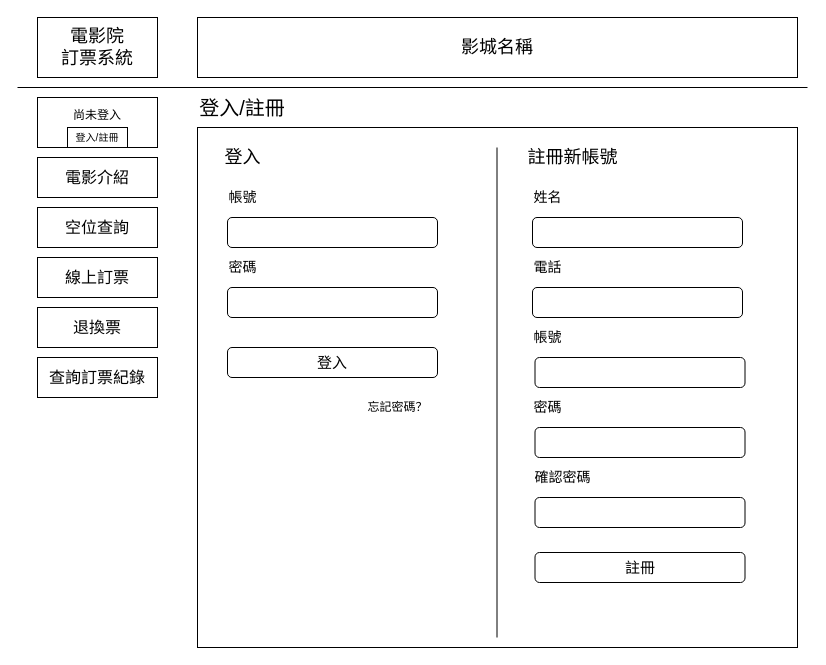
This is UI/原檔/登入註冊.drawio from TYChicode/deepbowl, a draw.io file, before an edit. Source tidied: cells renumbered, new cells numbered last; positions are measured from the earlier drawing's top-left corner, leaving out a move shared by most shapes. Both pictures are drawn from the tidied source at 100%, with x=0, y=0 at pixel (17, 17).
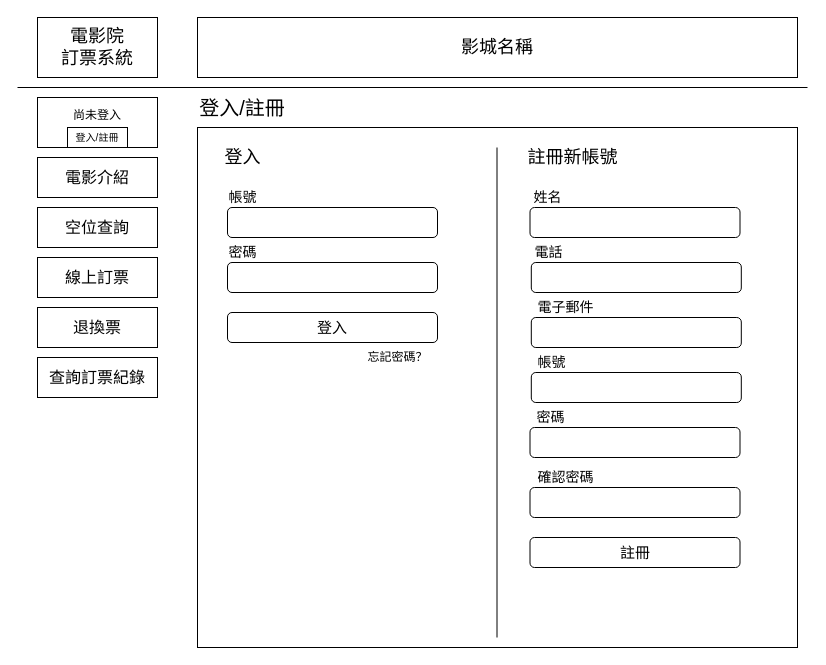
The same diagram, later.

Diff of the diagram source:
```diff
@@
     <mxCell id="18" style="rounded=1;whiteSpace=wrap;html=1;" parent="1" vertex="1">
-      <mxGeometry x="210" y="200" width="210" height="30" as="geometry" />
+      <mxGeometry x="210" y="190" width="210" height="30" as="geometry" />
     </mxCell>
@@
     <mxCell id="20" style="rounded=1;whiteSpace=wrap;html=1;" parent="1" vertex="1">
-      <mxGeometry x="210" y="270" width="210" height="30" as="geometry" />
+      <mxGeometry x="210" y="245" width="210" height="30" as="geometry" />
     </mxCell>
     <mxCell id="21" value="&lt;font style=&quot;font-size: 14px&quot;&gt;密碼&lt;/font&gt;" style="text;html=1;align=center;verticalAlign=middle;" parent="1" vertex="1">
-      <mxGeometry x="205" y="240" width="40" height="20" as="geometry" />
+      <mxGeometry x="205" y="225" width="40" height="20" as="geometry" />
     </mxCell>
     <mxCell id="22" value="&lt;font style=&quot;font-size: 15px&quot;&gt;登入&lt;/font&gt;" style="rounded=1;whiteSpace=wrap;html=1;" parent="1" vertex="1">
-      <mxGeometry x="210" y="330" width="210" height="30" as="geometry" />
+      <mxGeometry x="210" y="295" width="210" height="30" as="geometry" />
     </mxCell>
     <mxCell id="23" value="忘記密碼？" style="text;html=1;align=center;verticalAlign=middle;" parent="1" vertex="1">
-      <mxGeometry x="340" y="380" width="80" height="20" as="geometry" />
+      <mxGeometry x="340" y="330" width="80" height="20" as="geometry" />
     </mxCell>
     <mxCell id="24" style="rounded=1;whiteSpace=wrap;html=1;" parent="1" vertex="1">
-      <mxGeometry x="515" y="200" width="210" height="30" as="geometry" />
+      <mxGeometry x="512.5" y="190" width="210" height="30" as="geometry" />
     </mxCell>
@@
     <mxCell id="26" style="rounded=1;whiteSpace=wrap;html=1;" parent="1" vertex="1">
-      <mxGeometry x="515" y="270" width="210" height="30" as="geometry" />
+      <mxGeometry x="513.8" y="245" width="210" height="30" as="geometry" />
     </mxCell>
-    <mxCell id="27" value="&lt;font style=&quot;font-size: 14px&quot;&gt;電話&lt;/font&gt;" style="text;html=1;align=center;verticalAlign=middle;" parent="1" vertex="1">
-      <mxGeometry x="510" y="240" width="40" height="20" as="geometry" />
+    <mxCell id="27" value="&lt;span style=&quot;font-size: 14px&quot;&gt;電話&lt;/span&gt;" style="text;html=1;align=center;verticalAlign=middle;" parent="1" vertex="1">
+      <mxGeometry x="511.2" y="225" width="40" height="20" as="geometry" />
     </mxCell>
     <mxCell id="28" style="rounded=1;whiteSpace=wrap;html=1;" parent="1" vertex="1">
-      <mxGeometry x="517.5" y="340" width="210" height="30" as="geometry" />
+      <mxGeometry x="513.8" y="355" width="210" height="30" as="geometry" />
     </mxCell>
     <mxCell id="29" value="&lt;font style=&quot;font-size: 14px&quot;&gt;帳號&lt;/font&gt;" style="text;html=1;align=center;verticalAlign=middle;" parent="1" vertex="1">
-      <mxGeometry x="510" y="310" width="40" height="20" as="geometry" />
+      <mxGeometry x="513.8" y="335" width="40" height="20" as="geometry" />
     </mxCell>
     <mxCell id="30" style="rounded=1;whiteSpace=wrap;html=1;" parent="1" vertex="1">
-      <mxGeometry x="517.5" y="410" width="210" height="30" as="geometry" />
+      <mxGeometry x="512.5" y="410" width="210" height="30" as="geometry" />
     </mxCell>
     <mxCell id="31" value="&lt;font style=&quot;font-size: 14px&quot;&gt;密碼&lt;/font&gt;" style="text;html=1;align=center;verticalAlign=middle;" parent="1" vertex="1">
-      <mxGeometry x="510" y="380" width="40" height="20" as="geometry" />
+      <mxGeometry x="512.5" y="390" width="40" height="20" as="geometry" />
     </mxCell>
     <mxCell id="32" style="rounded=1;whiteSpace=wrap;html=1;" parent="1" vertex="1">
-      <mxGeometry x="517.5" y="480" width="210" height="30" as="geometry" />
+      <mxGeometry x="512.5" y="470" width="210" height="30" as="geometry" />
     </mxCell>
     <mxCell id="33" value="&lt;font style=&quot;font-size: 14px&quot;&gt;確認密碼&lt;/font&gt;" style="text;html=1;align=center;verticalAlign=middle;" parent="1" vertex="1">
-      <mxGeometry x="510" y="450" width="70" height="20" as="geometry" />
+      <mxGeometry x="512.5" y="450" width="70" height="20" as="geometry" />
     </mxCell>
     <mxCell id="34" value="&lt;span style=&quot;font-size: 15px&quot;&gt;註冊&lt;/span&gt;" style="rounded=1;whiteSpace=wrap;html=1;" parent="1" vertex="1">
-      <mxGeometry x="517.5" y="535" width="210" height="30" as="geometry" />
+      <mxGeometry x="512.5" y="520" width="210" height="30" as="geometry" />
     </mxCell>
+    <mxCell id="35" style="rounded=1;whiteSpace=wrap;html=1;" parent="1" vertex="1">
+      <mxGeometry x="513.8" y="300" width="210" height="30" as="geometry" />
+    </mxCell>
+    <mxCell id="36" value="&lt;span style=&quot;font-size: 14px&quot;&gt;電子郵件&lt;/span&gt;" style="text;html=1;align=center;verticalAlign=middle;" parent="1" vertex="1">
+      <mxGeometry x="512.5" y="280" width="70" height="20" as="geometry" />
+    </mxCell>
```
